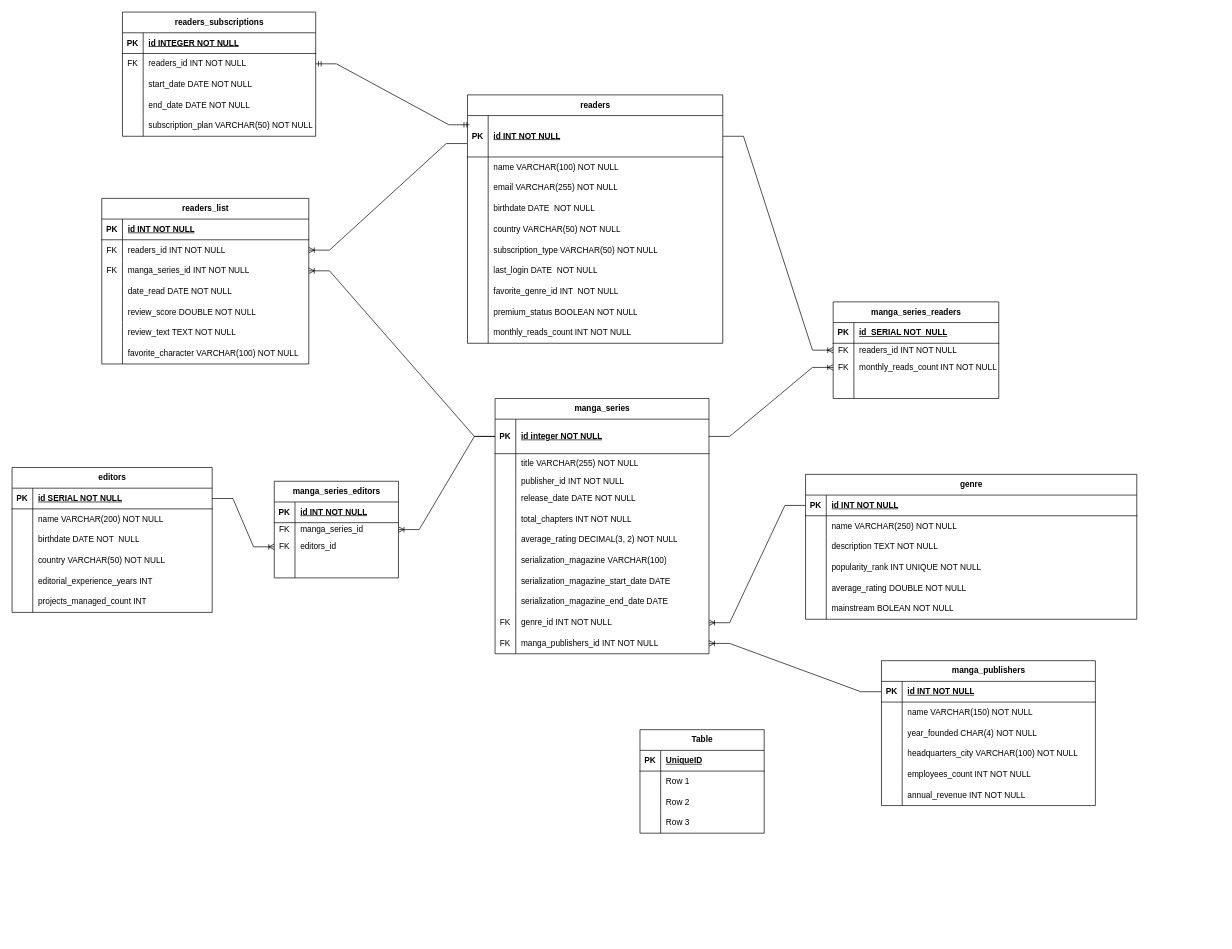
Above: model_conceptual.drawio in Celestin9/examen_sem_1.db (draw.io), before the change. Source tidied: cells renumbered, new cells numbered last; positions are measured from the earlier drawing's top-left corner, leaving out a move shared by most shapes. Both pictures are drawn from the tidied source at 69%, with x=0, y=0 at pixel (12, 12).
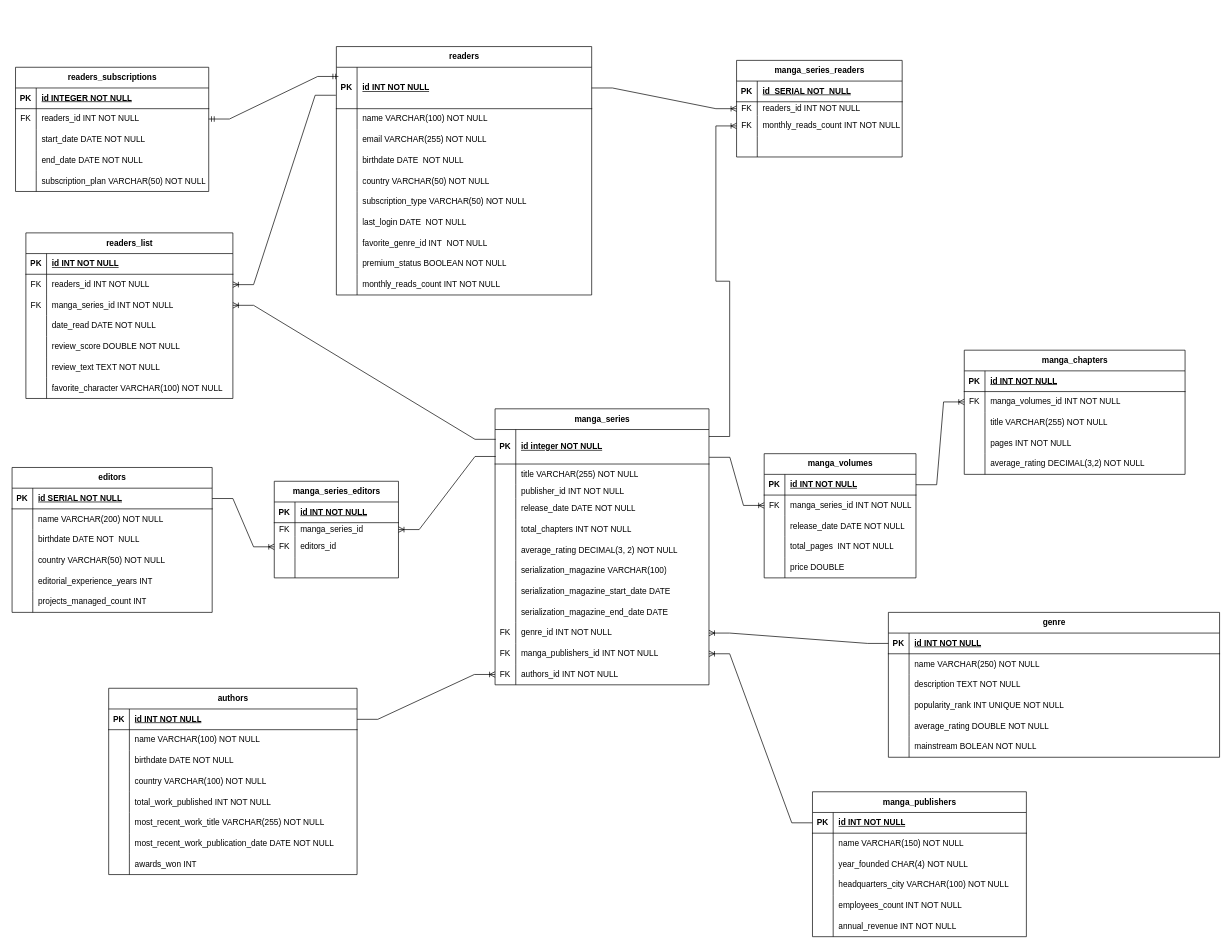
Above is the later version.

Unchanged cells that the change refers to:
```xml
<mxCell id="34" style="shape=tableRow;horizontal=0;startSize=0;swimlaneHead=0;swimlaneBody=0;fillColor=none;points=[[0,0.5],[1,0.5]];portConstraint=eastwest;top=0;left=0;right=0;bottom=1;" parent="33" vertex="1">
  <mxGeometry y="30" width="310" height="50" as="geometry" />
</mxCell>
<mxCell id="90" style="shape=tableRow;horizontal=0;startSize=0;swimlaneHead=0;swimlaneBody=0;fillColor=none;points=[[0,0.5],[1,0.5]];portConstraint=eastwest;top=0;left=0;right=0;bottom=0;" parent="86" vertex="1">
  <mxGeometry y="60" width="180" height="20" as="geometry" />
</mxCell>
<mxCell id="108" style="shape=tableRow;horizontal=0;startSize=0;swimlaneHead=0;swimlaneBody=0;fillColor=none;points=[[0,0.5],[1,0.5]];portConstraint=eastwest;top=0;left=0;right=0;bottom=0;" parent="101" vertex="1">
  <mxGeometry y="80" width="240" height="30" as="geometry" />
</mxCell>
<mxCell id="140" style="shape=tableRow;horizontal=0;startSize=0;swimlaneHead=0;swimlaneBody=0;fillColor=none;points=[[0,0.5],[1,0.5]];portConstraint=eastwest;top=0;left=0;right=0;bottom=0;" parent="133" vertex="1">
  <mxGeometry y="90" width="300" height="30" as="geometry" />
</mxCell>
```

Diff of the diagram source:
```diff
@@
     <mxCell id="2" value="readers" style="shape=table;startSize=30;childLayout=tableLayout;rowLines=0;fontStyle=1;align=center;html=1;" parent="1" vertex="1">
-      <mxGeometry x="660" y="120" width="370" height="360" as="geometry" />
+      <mxGeometry x="470" y="50" width="370" height="360" as="geometry" />
     </mxCell>
@@
     <mxCell id="33" value="manga_series" style="shape=table;startSize=30;childLayout=tableLayout;rowLines=0;fontStyle=1;align=center;html=1;" parent="1" vertex="1">
-      <mxGeometry x="700" y="560" width="310" height="370" as="geometry" />
+      <mxGeometry x="700" y="575" width="310" height="400" as="geometry" />
     </mxCell>
@@
+    <mxCell id="210" style="shape=tableRow;horizontal=0;startSize=0;swimlaneHead=0;swimlaneBody=0;fillColor=none;points=[[0,0.5],[1,0.5]];portConstraint=eastwest;top=0;left=0;right=0;bottom=0;" parent="33" vertex="1">
+      <mxGeometry y="370" width="310" height="30" as="geometry" />
+    </mxCell>
+    <mxCell id="211" value="FK" style="shape=partialRectangle;fillColor=none;top=0;left=0;bottom=0;right=0;overflow=hidden;whiteSpace=wrap;html=1;" parent="210" vertex="1">
+      <mxGeometry width="30" height="30" as="geometry" />
+    </mxCell>
+    <mxCell id="212" value="authors_id INT NOT NULL" style="shape=partialRectangle;fillColor=none;top=0;left=0;bottom=0;right=0;align=left;spacingLeft=6;overflow=hidden;whiteSpace=wrap;html=1;" parent="210" vertex="1">
+      <mxGeometry x="30" width="280" height="30" as="geometry" />
+    </mxCell>
@@
-    <mxCell id="99" style="edgeStyle=entityRelationEdgeStyle;fontSize=12;html=1;endArrow=ERoneToMany;rounded=0;exitX=0;exitY=0.5;exitDx=0;exitDy=0;" parent="1" edge="1" source="34" target="90">
+    <mxCell id="99" style="edgeStyle=entityRelationEdgeStyle;fontSize=12;html=1;endArrow=ERoneToMany;rounded=0;exitX=0.003;exitY=0.781;exitDx=0;exitDy=0;exitPerimeter=0;" parent="1" edge="1" source="34" target="90">
       <mxGeometry relative="1" as="geometry" />
     </mxCell>
@@
     <mxCell id="101" value="manga_series_readers" style="shape=table;startSize=30;childLayout=tableLayout;rowLines=0;fontStyle=1;align=center;html=1;" parent="1" vertex="1">
-      <mxGeometry x="1190" y="420" width="240" height="140" as="geometry" />
+      <mxGeometry x="1050" y="70" width="240" height="140" as="geometry" />
     </mxCell>
@@
-    <mxCell id="114" style="edgeStyle=entityRelationEdgeStyle;fontSize=12;html=1;endArrow=ERoneToMany;rounded=0;exitX=1;exitY=0.5;exitDx=0;exitDy=0;entryX=0;entryY=0.5;entryDx=0;entryDy=0;" parent="1" edge="1" source="34" target="108">
+    <mxCell id="114" style="edgeStyle=entityRelationEdgeStyle;fontSize=12;html=1;endArrow=ERoneToMany;rounded=0;exitX=1;exitY=0.202;exitDx=0;exitDy=0;entryX=0;entryY=0.5;entryDx=0;entryDy=0;exitPerimeter=0;" parent="1" edge="1" source="34" target="108">
       <mxGeometry relative="1" as="geometry" />
     </mxCell>
@@
     <mxCell id="116" value="readers_subscriptions" style="shape=table;startSize=30;childLayout=tableLayout;rowLines=0;fontStyle=1;align=center;html=1;" parent="1" vertex="1">
-      <mxGeometry x="160" width="280" height="180" as="geometry" />
+      <mxGeometry x="5" y="80" width="280" height="180" as="geometry" />
     </mxCell>
@@
     <mxCell id="133" value="readers_list" style="shape=table;startSize=30;childLayout=tableLayout;rowLines=0;fontStyle=1;align=center;html=1;" parent="1" vertex="1">
-      <mxGeometry x="130" y="270" width="300" height="240" as="geometry" />
+      <mxGeometry x="20" y="320" width="300" height="240" as="geometry" />
     </mxCell>
@@
-    <mxCell id="156" style="edgeStyle=entityRelationEdgeStyle;fontSize=12;html=1;endArrow=ERoneToMany;rounded=0;exitX=0;exitY=0.5;exitDx=0;exitDy=0;entryX=1;entryY=0.5;entryDx=0;entryDy=0;" parent="1" edge="1" source="34" target="140">
+    <mxCell id="156" style="edgeStyle=entityRelationEdgeStyle;fontSize=12;html=1;endArrow=ERoneToMany;rounded=0;exitX=0.003;exitY=0.284;exitDx=0;exitDy=0;entryX=1;entryY=0.5;entryDx=0;entryDy=0;exitPerimeter=0;" parent="1" edge="1" source="34" target="140">
       <mxGeometry relative="1" as="geometry" />
     </mxCell>
     <mxCell id="157" value="genre" style="shape=table;startSize=30;childLayout=tableLayout;rowLines=0;fontStyle=1;align=center;html=1;" parent="1" vertex="1">
-      <mxGeometry x="1150" y="670" width="480" height="210" as="geometry" />
+      <mxGeometry x="1270" y="870" width="480" height="210" as="geometry" />
     </mxCell>
@@
     <mxCell id="177" value="manga_publishers" style="shape=table;startSize=30;childLayout=tableLayout;rowLines=0;fontStyle=1;align=center;html=1;" parent="1" vertex="1">
-      <mxGeometry x="1260" y="940" width="310" height="210" as="geometry" />
+      <mxGeometry x="1160" y="1130" width="310" height="210" as="geometry" />
     </mxCell>
@@
-    <mxCell id="197" value="Table" style="shape=table;startSize=30;childLayout=tableLayout;rowLines=0;fontStyle=1;align=center;html=1;" parent="1" vertex="1">
-      <mxGeometry x="910" y="1040" width="180" height="150" as="geometry" />
+    <mxCell id="197" value="authors" style="shape=table;startSize=30;childLayout=tableLayout;rowLines=0;fontStyle=1;align=center;html=1;" parent="1" vertex="1">
+      <mxGeometry x="140" y="980" width="360" height="270" as="geometry" />
     </mxCell>
     <mxCell id="198" style="shape=tableRow;horizontal=0;startSize=0;swimlaneHead=0;swimlaneBody=0;fillColor=none;points=[[0,0.5],[1,0.5]];portConstraint=eastwest;top=0;left=0;right=0;bottom=1;" parent="197" vertex="1">
-      <mxGeometry y="30" width="180" height="30" as="geometry" />
+      <mxGeometry y="30" width="360" height="30" as="geometry" />
     </mxCell>
@@
-    <mxCell id="200" value="UniqueID" style="shape=partialRectangle;fillColor=none;top=0;left=0;bottom=0;right=0;align=left;spacingLeft=6;fontStyle=5;overflow=hidden;whiteSpace=wrap;html=1;" parent="198" vertex="1">
-      <mxGeometry x="30" width="150" height="30" as="geometry" />
+    <mxCell id="200" value="id INT NOT NULL" style="shape=partialRectangle;fillColor=none;top=0;left=0;bottom=0;right=0;align=left;spacingLeft=6;fontStyle=5;overflow=hidden;whiteSpace=wrap;html=1;" parent="198" vertex="1">
+      <mxGeometry x="30" width="330" height="30" as="geometry" />
     </mxCell>
     <mxCell id="201" style="shape=tableRow;horizontal=0;startSize=0;swimlaneHead=0;swimlaneBody=0;fillColor=none;top=0;left=0;right=0;bottom=0;" parent="197" vertex="1">
-      <mxGeometry y="60" width="180" height="30" as="geometry" />
+      <mxGeometry y="60" width="360" height="30" as="geometry" />
     </mxCell>
@@
-    <mxCell id="203" value="Row 1" style="shape=partialRectangle;fillColor=none;top=0;left=0;bottom=0;right=0;align=left;spacingLeft=6;overflow=hidden;whiteSpace=wrap;html=1;" parent="201" vertex="1">
-      <mxGeometry x="30" width="150" height="30" as="geometry" />
+    <mxCell id="203" value="name VARCHAR(100) NOT NULL" style="shape=partialRectangle;fillColor=none;top=0;left=0;bottom=0;right=0;align=left;spacingLeft=6;overflow=hidden;whiteSpace=wrap;html=1;" parent="201" vertex="1">
+      <mxGeometry x="30" width="330" height="30" as="geometry" />
     </mxCell>
     <mxCell id="204" style="shape=tableRow;horizontal=0;startSize=0;swimlaneHead=0;swimlaneBody=0;fillColor=none;top=0;left=0;right=0;bottom=0;" parent="197" vertex="1">
-      <mxGeometry y="90" width="180" height="30" as="geometry" />
+      <mxGeometry y="90" width="360" height="30" as="geometry" />
     </mxCell>
@@
-    <mxCell id="206" value="Row 2" style="shape=partialRectangle;fillColor=none;top=0;left=0;bottom=0;right=0;align=left;spacingLeft=6;overflow=hidden;whiteSpace=wrap;html=1;" parent="204" vertex="1">
-      <mxGeometry x="30" width="150" height="30" as="geometry" />
+    <mxCell id="206" value="birthdate DATE NOT NULL" style="shape=partialRectangle;fillColor=none;top=0;left=0;bottom=0;right=0;align=left;spacingLeft=6;overflow=hidden;whiteSpace=wrap;html=1;" parent="204" vertex="1">
+      <mxGeometry x="30" width="330" height="30" as="geometry" />
     </mxCell>
     <mxCell id="207" style="shape=tableRow;horizontal=0;startSize=0;swimlaneHead=0;swimlaneBody=0;fillColor=none;top=0;left=0;right=0;bottom=0;" parent="197" vertex="1">
-      <mxGeometry y="120" width="180" height="30" as="geometry" />
+      <mxGeometry y="120" width="360" height="30" as="geometry" />
     </mxCell>
@@
-    <mxCell id="209" value="Row 3" style="shape=partialRectangle;fillColor=none;top=0;left=0;bottom=0;right=0;align=left;spacingLeft=6;overflow=hidden;whiteSpace=wrap;html=1;" parent="207" vertex="1">
-      <mxGeometry x="30" width="150" height="30" as="geometry" />
+    <mxCell id="209" value="country VARCHAR(100) NOT NULL" style="shape=partialRectangle;fillColor=none;top=0;left=0;bottom=0;right=0;align=left;spacingLeft=6;overflow=hidden;whiteSpace=wrap;html=1;" parent="207" vertex="1">
+      <mxGeometry x="30" width="330" height="30" as="geometry" />
     </mxCell>
+    <mxCell id="213" style="shape=tableRow;horizontal=0;startSize=0;swimlaneHead=0;swimlaneBody=0;fillColor=none;top=0;left=0;right=0;bottom=0;" parent="197" vertex="1">
+      <mxGeometry y="150" width="360" height="30" as="geometry" />
+    </mxCell>
+    <mxCell id="214" style="shape=partialRectangle;fillColor=none;top=0;left=0;bottom=0;right=0;overflow=hidden;whiteSpace=wrap;html=1;" parent="213" vertex="1">
+      <mxGeometry width="30" height="30" as="geometry" />
+    </mxCell>
+    <mxCell id="215" value="total_work_published INT NOT NULL" style="shape=partialRectangle;fillColor=none;top=0;left=0;bottom=0;right=0;align=left;spacingLeft=6;overflow=hidden;whiteSpace=wrap;html=1;" parent="213" vertex="1">
+      <mxGeometry x="30" width="330" height="30" as="geometry" />
+    </mxCell>
+    <mxCell id="216" style="shape=tableRow;horizontal=0;startSize=0;swimlaneHead=0;swimlaneBody=0;fillColor=none;top=0;left=0;right=0;bottom=0;" parent="197" vertex="1">
+      <mxGeometry y="180" width="360" height="30" as="geometry" />
+    </mxCell>
+    <mxCell id="217" style="shape=partialRectangle;fillColor=none;top=0;left=0;bottom=0;right=0;overflow=hidden;whiteSpace=wrap;html=1;" parent="216" vertex="1">
+      <mxGeometry width="30" height="30" as="geometry" />
+    </mxCell>
+    <mxCell id="218" value="most_recent_work_title VARCHAR(255) NOT NULL" style="shape=partialRectangle;fillColor=none;top=0;left=0;bottom=0;right=0;align=left;spacingLeft=6;overflow=hidden;whiteSpace=wrap;html=1;" parent="216" vertex="1">
+      <mxGeometry x="30" width="330" height="30" as="geometry" />
+    </mxCell>
+    <mxCell id="219" style="shape=tableRow;horizontal=0;startSize=0;swimlaneHead=0;swimlaneBody=0;fillColor=none;top=0;left=0;right=0;bottom=0;" parent="197" vertex="1">
+      <mxGeometry y="210" width="360" height="30" as="geometry" />
+    </mxCell>
+    <mxCell id="220" style="shape=partialRectangle;fillColor=none;top=0;left=0;bottom=0;right=0;overflow=hidden;whiteSpace=wrap;html=1;" parent="219" vertex="1">
+      <mxGeometry width="30" height="30" as="geometry" />
+    </mxCell>
+    <mxCell id="221" value="most_recent_work_publication_date DATE NOT NULL" style="shape=partialRectangle;fillColor=none;top=0;left=0;bottom=0;right=0;align=left;spacingLeft=6;overflow=hidden;whiteSpace=wrap;html=1;" parent="219" vertex="1">
+      <mxGeometry x="30" width="330" height="30" as="geometry" />
+    </mxCell>
+    <mxCell id="222" style="shape=tableRow;horizontal=0;startSize=0;swimlaneHead=0;swimlaneBody=0;fillColor=none;top=0;left=0;right=0;bottom=0;" parent="197" vertex="1">
+      <mxGeometry y="240" width="360" height="30" as="geometry" />
+    </mxCell>
+    <mxCell id="223" style="shape=partialRectangle;fillColor=none;top=0;left=0;bottom=0;right=0;overflow=hidden;whiteSpace=wrap;html=1;" parent="222" vertex="1">
+      <mxGeometry width="30" height="30" as="geometry" />
+    </mxCell>
+    <mxCell id="224" value="awards_won INT" style="shape=partialRectangle;fillColor=none;top=0;left=0;bottom=0;right=0;align=left;spacingLeft=6;overflow=hidden;whiteSpace=wrap;html=1;" parent="222" vertex="1">
+      <mxGeometry x="30" width="330" height="30" as="geometry" />
+    </mxCell>
+    <mxCell id="225" style="edgeStyle=entityRelationEdgeStyle;fontSize=12;html=1;endArrow=ERoneToMany;rounded=0;exitX=1;exitY=0.5;exitDx=0;exitDy=0;entryX=0;entryY=0.5;entryDx=0;entryDy=0;" parent="1" edge="1" source="198" target="210">
+      <mxGeometry relative="1" as="geometry" />
+    </mxCell>
+    <mxCell id="226" value="manga_volumes" style="shape=table;startSize=30;childLayout=tableLayout;rowLines=0;fontStyle=1;align=center;html=1;" parent="1" vertex="1">
+      <mxGeometry x="1090" y="640" width="220" height="180" as="geometry" />
+    </mxCell>
+    <mxCell id="227" style="shape=tableRow;horizontal=0;startSize=0;swimlaneHead=0;swimlaneBody=0;fillColor=none;points=[[0,0.5],[1,0.5]];portConstraint=eastwest;top=0;left=0;right=0;bottom=1;" parent="226" vertex="1">
+      <mxGeometry y="30" width="220" height="30" as="geometry" />
+    </mxCell>
+    <mxCell id="228" value="PK" style="shape=partialRectangle;fillColor=none;top=0;left=0;bottom=0;right=0;fontStyle=1;overflow=hidden;whiteSpace=wrap;html=1;" parent="227" vertex="1">
+      <mxGeometry width="30" height="30" as="geometry" />
+    </mxCell>
+    <mxCell id="229" value="id INT NOT NULL" style="shape=partialRectangle;fillColor=none;top=0;left=0;bottom=0;right=0;align=left;spacingLeft=6;fontStyle=5;overflow=hidden;whiteSpace=wrap;html=1;" parent="227" vertex="1">
+      <mxGeometry x="30" width="190" height="30" as="geometry" />
+    </mxCell>
+    <mxCell id="230" style="shape=tableRow;horizontal=0;startSize=0;swimlaneHead=0;swimlaneBody=0;fillColor=none;points=[[0,0.5],[1,0.5]];portConstraint=eastwest;top=0;left=0;right=0;bottom=0;" parent="226" vertex="1">
+      <mxGeometry y="60" width="220" height="30" as="geometry" />
+    </mxCell>
+    <mxCell id="231" value="FK" style="shape=partialRectangle;fillColor=none;top=0;left=0;bottom=0;right=0;overflow=hidden;whiteSpace=wrap;html=1;" parent="230" vertex="1">
+      <mxGeometry width="30" height="30" as="geometry" />
+    </mxCell>
+    <mxCell id="232" value="manga_series_id INT NOT NULL" style="shape=partialRectangle;fillColor=none;top=0;left=0;bottom=0;right=0;align=left;spacingLeft=6;overflow=hidden;whiteSpace=wrap;html=1;" parent="230" vertex="1">
+      <mxGeometry x="30" width="190" height="30" as="geometry" />
+    </mxCell>
+    <mxCell id="233" style="shape=tableRow;horizontal=0;startSize=0;swimlaneHead=0;swimlaneBody=0;fillColor=none;top=0;left=0;right=0;bottom=0;" parent="226" vertex="1">
+      <mxGeometry y="90" width="220" height="30" as="geometry" />
+    </mxCell>
+    <mxCell id="234" style="shape=partialRectangle;fillColor=none;top=0;left=0;bottom=0;right=0;overflow=hidden;whiteSpace=wrap;html=1;" parent="233" vertex="1">
+      <mxGeometry width="30" height="30" as="geometry" />
+    </mxCell>
+    <mxCell id="235" value="release_date DATE NOT NULL" style="shape=partialRectangle;fillColor=none;top=0;left=0;bottom=0;right=0;align=left;spacingLeft=6;overflow=hidden;whiteSpace=wrap;html=1;" parent="233" vertex="1">
+      <mxGeometry x="30" width="190" height="30" as="geometry" />
+    </mxCell>
+    <mxCell id="236" style="shape=tableRow;horizontal=0;startSize=0;swimlaneHead=0;swimlaneBody=0;fillColor=none;top=0;left=0;right=0;bottom=0;" parent="226" vertex="1">
+      <mxGeometry y="120" width="220" height="30" as="geometry" />
+    </mxCell>
+    <mxCell id="237" style="shape=partialRectangle;fillColor=none;top=0;left=0;bottom=0;right=0;overflow=hidden;whiteSpace=wrap;html=1;" parent="236" vertex="1">
+      <mxGeometry width="30" height="30" as="geometry" />
+    </mxCell>
+    <mxCell id="238" value="total_pages&amp;nbsp; INT NOT NULL" style="shape=partialRectangle;fillColor=none;top=0;left=0;bottom=0;right=0;align=left;spacingLeft=6;overflow=hidden;whiteSpace=wrap;html=1;" parent="236" vertex="1">
+      <mxGeometry x="30" width="190" height="30" as="geometry" />
+    </mxCell>
+    <mxCell id="239" style="shape=tableRow;horizontal=0;startSize=0;swimlaneHead=0;swimlaneBody=0;fillColor=none;top=0;left=0;right=0;bottom=0;" parent="226" vertex="1">
+      <mxGeometry y="150" width="220" height="30" as="geometry" />
+    </mxCell>
+    <mxCell id="240" style="shape=partialRectangle;fillColor=none;top=0;left=0;bottom=0;right=0;overflow=hidden;whiteSpace=wrap;html=1;" parent="239" vertex="1">
+      <mxGeometry width="30" height="30" as="geometry" />
+    </mxCell>
+    <mxCell id="241" value="price DOUBLE" style="shape=partialRectangle;fillColor=none;top=0;left=0;bottom=0;right=0;align=left;spacingLeft=6;overflow=hidden;whiteSpace=wrap;html=1;" parent="239" vertex="1">
+      <mxGeometry x="30" width="190" height="30" as="geometry" />
+    </mxCell>
+    <mxCell id="242" style="edgeStyle=entityRelationEdgeStyle;fontSize=12;html=1;endArrow=ERoneToMany;rounded=0;entryX=0;entryY=0.5;entryDx=0;entryDy=0;exitX=1.001;exitY=0.805;exitDx=0;exitDy=0;exitPerimeter=0;" parent="1" edge="1" source="34" target="230">
+      <mxGeometry relative="1" as="geometry" />
+    </mxCell>
+    <mxCell id="243" value="manga_chapters" style="shape=table;startSize=30;childLayout=tableLayout;rowLines=0;fontStyle=1;align=center;html=1;" parent="1" vertex="1">
+      <mxGeometry x="1380" y="490" width="320" height="180" as="geometry" />
+    </mxCell>
+    <mxCell id="244" style="shape=tableRow;horizontal=0;startSize=0;swimlaneHead=0;swimlaneBody=0;fillColor=none;top=0;left=0;right=0;bottom=1;" parent="243" vertex="1">
+      <mxGeometry y="30" width="320" height="30" as="geometry" />
+    </mxCell>
+    <mxCell id="245" value="PK" style="shape=partialRectangle;fillColor=none;top=0;left=0;bottom=0;right=0;fontStyle=1;overflow=hidden;whiteSpace=wrap;html=1;" parent="244" vertex="1">
+      <mxGeometry width="30" height="30" as="geometry" />
+    </mxCell>
+    <mxCell id="246" value="id INT NOT NULL" style="shape=partialRectangle;fillColor=none;top=0;left=0;bottom=0;right=0;align=left;spacingLeft=6;fontStyle=5;overflow=hidden;whiteSpace=wrap;html=1;" parent="244" vertex="1">
+      <mxGeometry x="30" width="290" height="30" as="geometry" />
+    </mxCell>
+    <mxCell id="247" style="shape=tableRow;horizontal=0;startSize=0;swimlaneHead=0;swimlaneBody=0;fillColor=none;points=[[0,0.5],[1,0.5]];portConstraint=eastwest;top=0;left=0;right=0;bottom=0;" parent="243" vertex="1">
+      <mxGeometry y="60" width="320" height="30" as="geometry" />
+    </mxCell>
+    <mxCell id="248" value="FK" style="shape=partialRectangle;fillColor=none;top=0;left=0;bottom=0;right=0;overflow=hidden;whiteSpace=wrap;html=1;" parent="247" vertex="1">
+      <mxGeometry width="30" height="30" as="geometry" />
+    </mxCell>
+    <mxCell id="249" value="manga_volumes_id INT NOT NULL" style="shape=partialRectangle;fillColor=none;top=0;left=0;bottom=0;right=0;align=left;spacingLeft=6;overflow=hidden;whiteSpace=wrap;html=1;" parent="247" vertex="1">
+      <mxGeometry x="30" width="290" height="30" as="geometry" />
+    </mxCell>
+    <mxCell id="250" style="shape=tableRow;horizontal=0;startSize=0;swimlaneHead=0;swimlaneBody=0;fillColor=none;top=0;left=0;right=0;bottom=0;" parent="243" vertex="1">
+      <mxGeometry y="90" width="320" height="30" as="geometry" />
+    </mxCell>
+    <mxCell id="251" style="shape=partialRectangle;fillColor=none;top=0;left=0;bottom=0;right=0;overflow=hidden;whiteSpace=wrap;html=1;" parent="250" vertex="1">
+      <mxGeometry width="30" height="30" as="geometry" />
+    </mxCell>
+    <mxCell id="252" value="title VARCHAR(255) NOT NULL" style="shape=partialRectangle;fillColor=none;top=0;left=0;bottom=0;right=0;align=left;spacingLeft=6;overflow=hidden;whiteSpace=wrap;html=1;" parent="250" vertex="1">
+      <mxGeometry x="30" width="290" height="30" as="geometry" />
+    </mxCell>
+    <mxCell id="253" style="shape=tableRow;horizontal=0;startSize=0;swimlaneHead=0;swimlaneBody=0;fillColor=none;top=0;left=0;right=0;bottom=0;" parent="243" vertex="1">
+      <mxGeometry y="120" width="320" height="30" as="geometry" />
+    </mxCell>
+    <mxCell id="254" style="shape=partialRectangle;fillColor=none;top=0;left=0;bottom=0;right=0;overflow=hidden;whiteSpace=wrap;html=1;" parent="253" vertex="1">
+      <mxGeometry width="30" height="30" as="geometry" />
+    </mxCell>
+    <mxCell id="255" value="pages INT NOT NULL" style="shape=partialRectangle;fillColor=none;top=0;left=0;bottom=0;right=0;align=left;spacingLeft=6;overflow=hidden;whiteSpace=wrap;html=1;" parent="253" vertex="1">
+      <mxGeometry x="30" width="290" height="30" as="geometry" />
+    </mxCell>
+    <mxCell id="256" style="shape=tableRow;horizontal=0;startSize=0;swimlaneHead=0;swimlaneBody=0;fillColor=none;top=0;left=0;right=0;bottom=0;" parent="243" vertex="1">
+      <mxGeometry y="150" width="320" height="30" as="geometry" />
+    </mxCell>
+    <mxCell id="257" style="shape=partialRectangle;fillColor=none;top=0;left=0;bottom=0;right=0;overflow=hidden;whiteSpace=wrap;html=1;" parent="256" vertex="1">
+      <mxGeometry width="30" height="30" as="geometry" />
+    </mxCell>
+    <mxCell id="258" value="average_rating DECIMAL(3,2) NOT NULL" style="shape=partialRectangle;fillColor=none;top=0;left=0;bottom=0;right=0;align=left;spacingLeft=6;overflow=hidden;whiteSpace=wrap;html=1;" parent="256" vertex="1">
+      <mxGeometry x="30" width="290" height="30" as="geometry" />
+    </mxCell>
+    <mxCell id="259" style="edgeStyle=entityRelationEdgeStyle;fontSize=12;html=1;endArrow=ERoneToMany;rounded=0;entryX=0;entryY=0.5;entryDx=0;entryDy=0;exitX=1;exitY=0.5;exitDx=0;exitDy=0;" parent="1" edge="1" source="227" target="247">
+      <mxGeometry relative="1" as="geometry" />
+    </mxCell>
```
